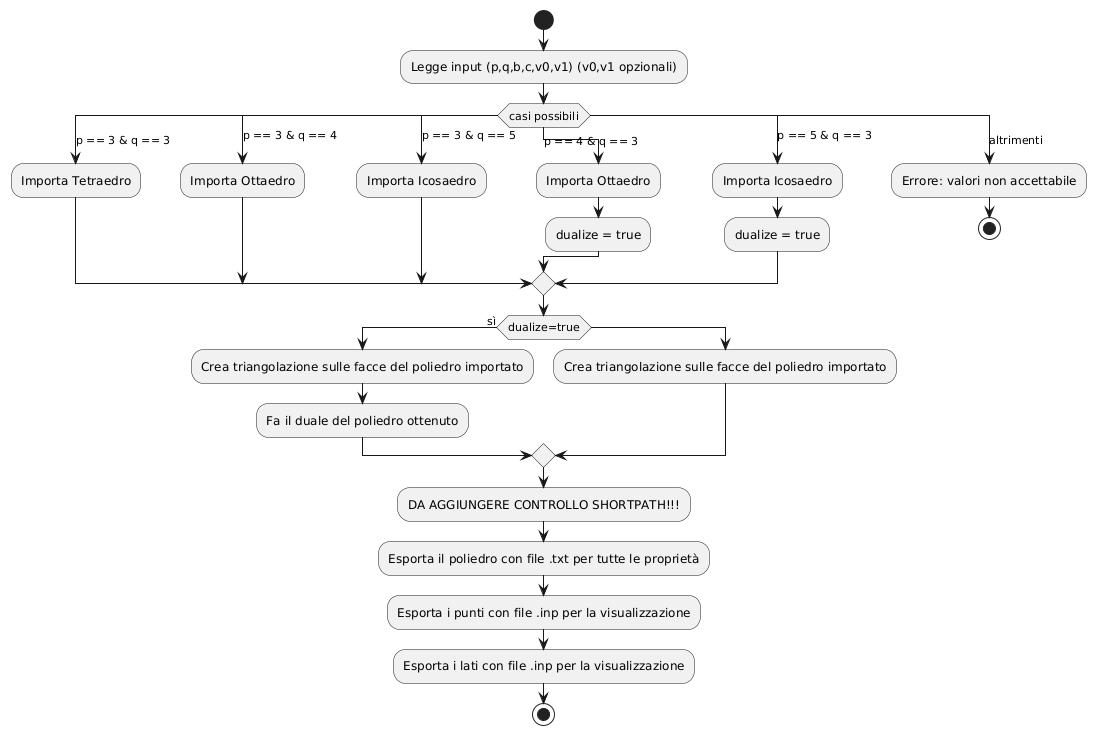
Arianna2953/ProgettoPCS2025 keeps this PlantUML diagram as Documentation/main.png. Above is the earlier version. Its diagram source:
```plantuml
@startuml
start
:Legge input (p,q,b,c,v0,v1) (v0,v1 opzionali);


switch (casi possibili)
case (p == 3 & q == 3)
   :Importa Tetraedro;
case (p == 3 & q == 4)
   :Importa Ottaedro;
case (p == 3 & q == 5)
   :Importa Icosaedro;
case (p == 4 & q == 3)
    :Importa Ottaedro;
    :dualize = true;
case (p == 5 & q == 3)
   :Importa Icosaedro;
   :dualize = true;
case (altrimenti)
   :Errore: valori non accettabile;
   stop
endswitch
if (dualize=true) then (sì)
   :Crea triangolazione sulle facce del poliedro importato;
   :Fa il duale del poliedro ottenuto;
else
   :Crea triangolazione sulle facce del poliedro importato;
endif
    :DA AGGIUNGERE CONTROLLO SHORTPATH!!!;
    :Esporta il poliedro con file .txt per tutte le proprietà;
    :Esporta i punti con file .inp per la visualizzazione;
    :Esporta i lati con file .inp per la visualizzazione;
    stop
@enduml
```
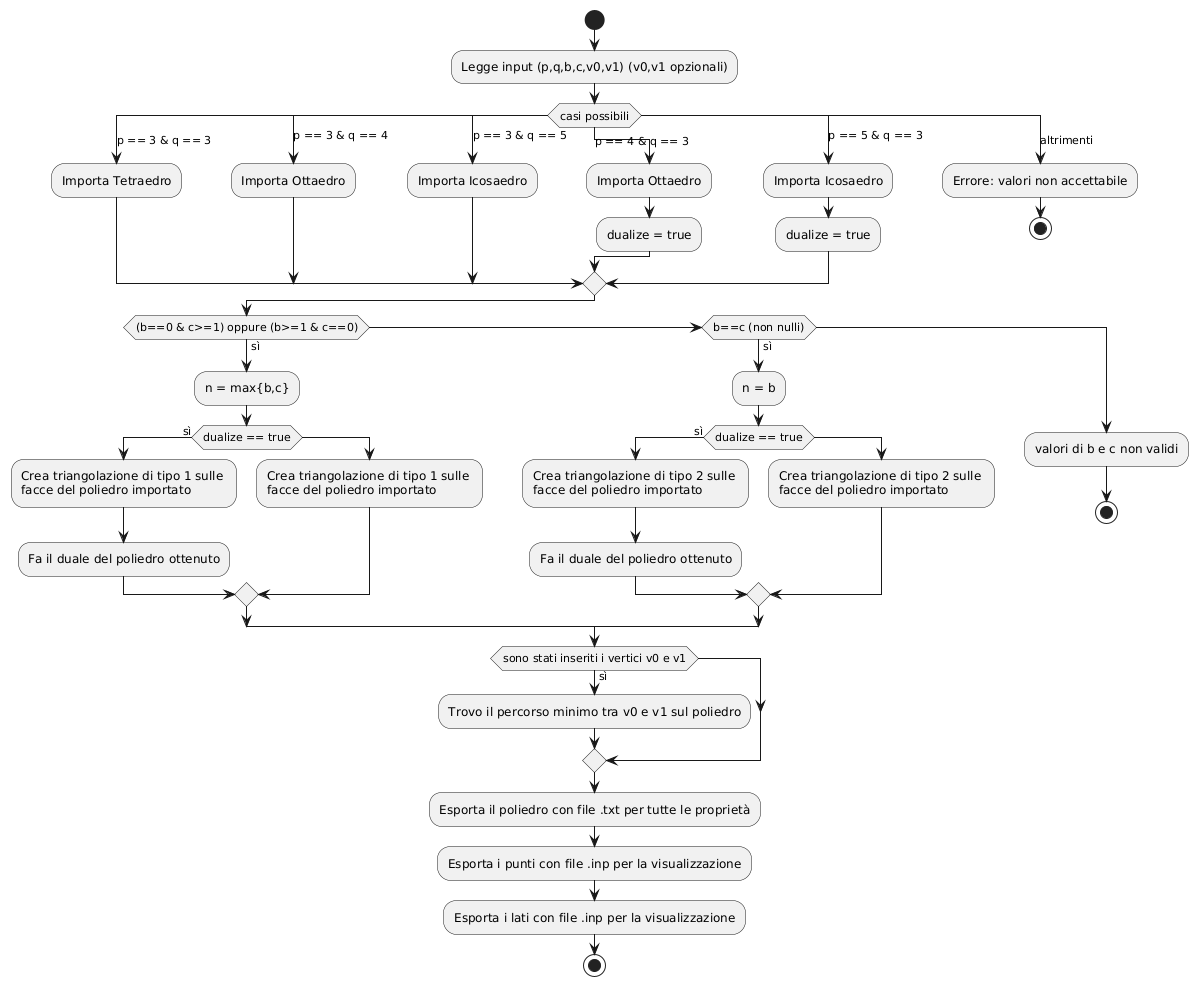
After the change.

Commit message:
modifica per ShortPath

Change to the diagram source:
```diff
@@ -20,13 +20,31 @@
    :Errore: valori non accettabile;
    stop
 endswitch
-if (dualize=true) then (sì)
-   :Crea triangolazione sulle facce del poliedro importato;
-   :Fa il duale del poliedro ottenuto;
+
+if ((b==0 & c>=1) oppure (b>=1 & c==0)) then (sì)
+    :n = max{b,c};
+    if (dualize == true) then (sì)
+        :Crea triangolazione di tipo 1 sulle \nfacce del poliedro importato;
+        :Fa il duale del poliedro ottenuto;
+    else
+        :Crea triangolazione di tipo 1 sulle \nfacce del poliedro importato;
+    endif
+elseif (b==c (non nulli)) then (sì)
+    :n = b;
+    if (dualize == true) then (sì)
+        :Crea triangolazione di tipo 2 sulle \nfacce del poliedro importato;
+        :Fa il duale del poliedro ottenuto;
+    else
+        :Crea triangolazione di tipo 2 sulle \nfacce del poliedro importato;
+    endif
+
 else
-   :Crea triangolazione sulle facce del poliedro importato;
+    :valori di b e c non validi;
+    stop
 endif
-    :DA AGGIUNGERE CONTROLLO SHORTPATH!!!;
+if (sono stati inseriti i vertici v0 e v1) then (sì)
+ :Trovo il percorso minimo tra v0 e v1 sul poliedro;
+endif
     :Esporta il poliedro con file .txt per tutte le proprietà;
     :Esporta i punti con file .inp per la visualizzazione;
     :Esporta i lati con file .inp per la visualizzazione;
```
